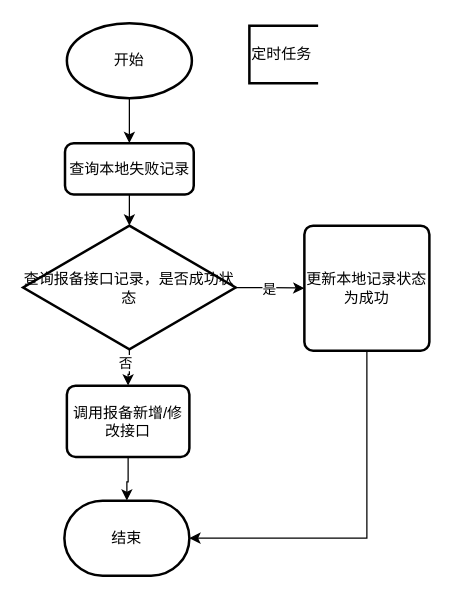
This is page "定时补偿" (3 of 3) of 报备.drawio from fengyong7723131/work, a draw.io file, before an edit. Source tidied: cells renumbered, new cells numbered last; positions are measured from the earlier drawing's top-left corner, leaving out a move shared by most shapes. Both pictures are drawn from the tidied source at 125%, with x=0, y=0 at pixel (22, 22).
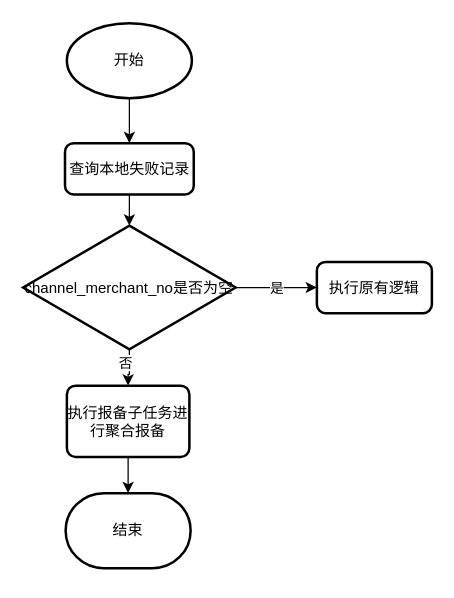
The same page after the edit.

The edit, as a diff of the source:
```diff
@@
 <mxGraphModel>
   <root>
     <mxCell id="0" />
     <mxCell id="1" parent="0" />
     <mxCell id="2" style="edgeStyle=orthogonalEdgeStyle;rounded=0;jettySize=auto;html=1;exitX=0.5;exitY=1;exitDx=0;exitDy=0;exitPerimeter=0;" parent="1" edge="1" source="3" target="6">
       <mxGeometry relative="1" as="geometry" />
     </mxCell>
     <mxCell id="3" value="开始" style="strokeWidth=2;html=1;shape=mxgraph.flowchart.start_1;whiteSpace=wrap;" parent="1" vertex="1">
       <mxGeometry x="35" width="100" height="60" as="geometry" />
     </mxCell>
-    <mxCell id="4" value="定时任务" style="strokeWidth=2;html=1;shape=mxgraph.flowchart.annotation_1;align=left;" parent="1" vertex="1">
-      <mxGeometry x="181" y="2" width="55" height="46" as="geometry" />
-    </mxCell>
     <mxCell id="5" style="edgeStyle=orthogonalEdgeStyle;rounded=0;jettySize=auto;html=1;exitX=0.5;exitY=1;exitDx=0;exitDy=0;entryX=0.5;entryY=0;entryDx=0;entryDy=0;entryPerimeter=0;" parent="1" edge="1" source="6" target="11">
       <mxGeometry relative="1" as="geometry" />
     </mxCell>
     <mxCell id="6" value="查询本地失败记录" style="rounded=1;whiteSpace=wrap;html=1;absoluteArcSize=1;arcSize=14;strokeWidth=2;" parent="1" vertex="1">
       <mxGeometry x="33.5" y="96" width="103" height="41" as="geometry" />
     </mxCell>
-    <mxCell id="7" style="edgeStyle=orthogonalEdgeStyle;rounded=0;jettySize=auto;html=1;exitX=1;exitY=0.5;exitDx=0;exitDy=0;exitPerimeter=0;" parent="1" edge="1" source="11" target="13">
+    <mxCell id="7" style="edgeStyle=orthogonalEdgeStyle;rounded=0;jettySize=auto;html=1;exitX=1;exitY=0.5;exitDx=0;exitDy=0;exitPerimeter=0;entryX=0;entryY=0.5;entryDx=0;entryDy=0;" parent="1" edge="1" source="11" target="17">
       <mxGeometry relative="1" as="geometry" />
     </mxCell>
     <mxCell id="8" value="是" style="edgeLabel;html=1;align=center;verticalAlign=middle;" parent="7" vertex="1">
       <mxGeometry x="0.01" y="-1" relative="1" as="geometry">
         <mxPoint x="-1" y="-1" as="offset" />
       </mxGeometry>
     </mxCell>
     <mxCell id="9" style="edgeStyle=orthogonalEdgeStyle;rounded=0;jettySize=auto;html=1;exitX=0.5;exitY=1;exitDx=0;exitDy=0;exitPerimeter=0;" parent="1" edge="1" source="11" target="15">
       <mxGeometry relative="1" as="geometry" />
     </mxCell>
     <mxCell id="10" value="否" style="edgeLabel;html=1;align=center;verticalAlign=middle;" parent="9" vertex="1">
       <mxGeometry x="-0.32" y="-4" relative="1" as="geometry" />
     </mxCell>
-    <mxCell id="11" value="查询报备接口记录，是否成功状态" style="strokeWidth=2;html=1;shape=mxgraph.flowchart.decision;whiteSpace=wrap;" parent="1" vertex="1">
+    <mxCell id="11" value="channel_merchant_no是否为空" style="strokeWidth=2;html=1;shape=mxgraph.flowchart.decision;whiteSpace=wrap;" parent="1" vertex="1">
       <mxGeometry y="162" width="170" height="99" as="geometry" />
     </mxCell>
-    <mxCell id="12" style="edgeStyle=orthogonalEdgeStyle;rounded=0;jettySize=auto;html=1;exitX=0.5;exitY=1;exitDx=0;exitDy=0;entryX=1;entryY=0.5;entryDx=0;entryDy=0;entryPerimeter=0;" parent="1" edge="1" source="13" target="16">
-      <mxGeometry relative="1" as="geometry" />
-    </mxCell>
-    <mxCell id="13" value="更新本地记录状态为成功" style="rounded=1;whiteSpace=wrap;html=1;absoluteArcSize=1;arcSize=14;strokeWidth=2;" parent="1" vertex="1">
-      <mxGeometry x="225" y="162" width="100" height="100" as="geometry" />
-    </mxCell>
     <mxCell id="14" style="edgeStyle=orthogonalEdgeStyle;rounded=0;jettySize=auto;html=1;exitX=0.5;exitY=1;exitDx=0;exitDy=0;" parent="1" edge="1" source="15" target="16">
       <mxGeometry relative="1" as="geometry" />
     </mxCell>
-    <mxCell id="15" value="调用报备新增/修改接口" style="rounded=1;whiteSpace=wrap;html=1;absoluteArcSize=1;arcSize=14;strokeWidth=2;" parent="1" vertex="1">
+    <mxCell id="15" value="执行报备子任务进行聚合报备" style="rounded=1;whiteSpace=wrap;html=1;absoluteArcSize=1;arcSize=14;strokeWidth=2;" parent="1" vertex="1">
       <mxGeometry x="35" y="290" width="98" height="57" as="geometry" />
     </mxCell>
     <mxCell id="16" value="结束" style="strokeWidth=2;html=1;shape=mxgraph.flowchart.terminator;whiteSpace=wrap;" parent="1" vertex="1">
-      <mxGeometry x="33" y="382" width="100" height="60" as="geometry" />
+      <mxGeometry x="34" y="376" width="100" height="60" as="geometry" />
     </mxCell>
+    <mxCell id="17" value="执行原有逻辑" style="rounded=1;whiteSpace=wrap;html=1;absoluteArcSize=1;arcSize=14;strokeWidth=2;" parent="1" vertex="1">
+      <mxGeometry x="235" y="191" width="92" height="41" as="geometry" />
+    </mxCell>
   </root>
 </mxGraphModel>
```
